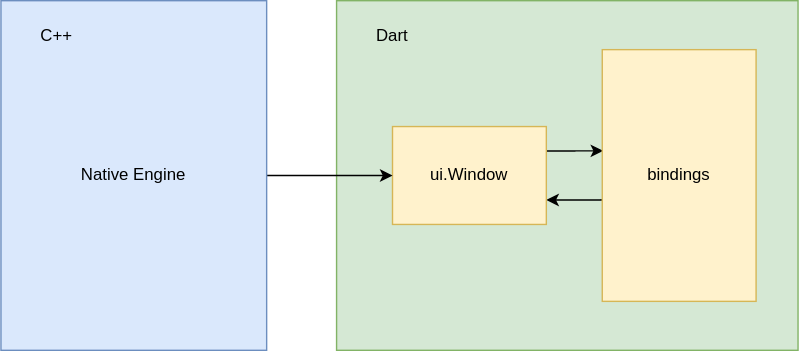
Earlier version of the draw.io export images/window-overview.svg (Ryan-Hu/LearnFlutter). Source tidied: cells renumbered, new cells last; positions are measured from the earlier drawing's top-left corner, leaving out a move shared by most shapes. Its diagram source:
```xml
<mxGraphModel>
  <root>
    <mxCell id="0" />
    <mxCell id="1" parent="0" />
    <mxCell id="2" style="rounded=0;whiteSpace=wrap;html=1;fillColor=#d5e8d4;strokeColor=#82b366;" parent="1" vertex="1">
      <mxGeometry x="240" width="330" height="250" as="geometry" />
    </mxCell>
    <mxCell id="3" style="edgeStyle=orthogonalEdgeStyle;rounded=0;jettySize=auto;html=1;exitX=1;exitY=0.25;exitDx=0;exitDy=0;entryX=0.006;entryY=0.402;entryDx=0;entryDy=0;entryPerimeter=0;" parent="1" edge="1" source="5" target="8">
      <mxGeometry relative="1" as="geometry" />
    </mxCell>
    <mxCell id="4" style="edgeStyle=orthogonalEdgeStyle;rounded=0;jettySize=auto;html=1;exitX=1;exitY=0.75;exitDx=0;exitDy=0;entryX=-0.006;entryY=0.594;entryDx=0;entryDy=0;entryPerimeter=0;endArrow=none;endFill=0;startArrow=classic;startFill=1;" parent="1" edge="1" source="5" target="8">
      <mxGeometry relative="1" as="geometry" />
    </mxCell>
    <mxCell id="5" value="ui.Window" style="rounded=0;whiteSpace=wrap;html=1;fillColor=#fff2cc;strokeColor=#d6b656;" parent="1" vertex="1">
      <mxGeometry x="280" y="90" width="110" height="70" as="geometry" />
    </mxCell>
    <mxCell id="6" style="edgeStyle=orthogonalEdgeStyle;rounded=0;jettySize=auto;html=1;exitX=1;exitY=0.5;exitDx=0;exitDy=0;entryX=0;entryY=0.5;entryDx=0;entryDy=0;" parent="1" edge="1" source="7" target="5">
      <mxGeometry relative="1" as="geometry" />
    </mxCell>
    <mxCell id="7" value="Native Engine" style="rounded=0;whiteSpace=wrap;html=1;fillColor=#dae8fc;strokeColor=#6c8ebf;" parent="1" vertex="1">
      <mxGeometry width="190" height="250" as="geometry" />
    </mxCell>
    <mxCell id="8" value="bindings" style="rounded=0;whiteSpace=wrap;html=1;fillColor=#fff2cc;strokeColor=#d6b656;" parent="1" vertex="1">
      <mxGeometry x="430" y="35" width="110" height="180" as="geometry" />
    </mxCell>
    <mxCell id="9" value="Dart" style="text;html=1;strokeColor=none;fillColor=none;align=center;verticalAlign=middle;whiteSpace=wrap;rounded=0;" parent="1" vertex="1">
      <mxGeometry x="260" y="15" width="40" height="20" as="geometry" />
    </mxCell>
    <mxCell id="10" value="C++" style="text;html=1;strokeColor=none;fillColor=none;align=center;verticalAlign=middle;whiteSpace=wrap;rounded=0;" parent="1" vertex="1">
      <mxGeometry x="20" y="15" width="40" height="20" as="geometry" />
    </mxCell>
  </root>
</mxGraphModel>
```
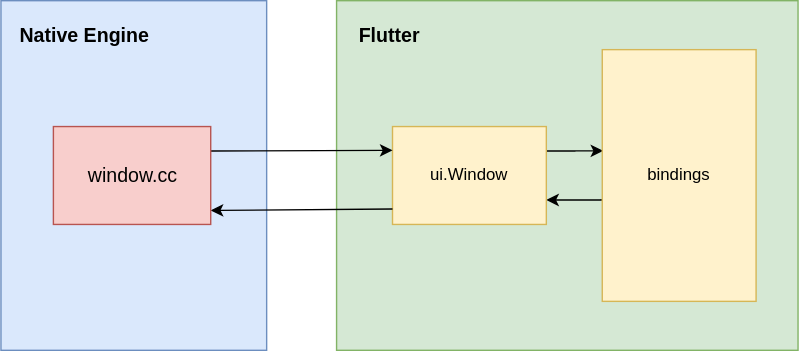
The same file after the commit.

Diff of the diagram source:
```diff
@@ -14,20 +14,31 @@
     <mxCell id="5" value="ui.Window" style="rounded=0;whiteSpace=wrap;html=1;fillColor=#fff2cc;strokeColor=#d6b656;" parent="1" vertex="1">
       <mxGeometry x="280" y="90" width="110" height="70" as="geometry" />
     </mxCell>
-    <mxCell id="6" style="edgeStyle=orthogonalEdgeStyle;rounded=0;jettySize=auto;html=1;exitX=1;exitY=0.5;exitDx=0;exitDy=0;entryX=0;entryY=0.5;entryDx=0;entryDy=0;" parent="1" edge="1" source="7" target="5">
-      <mxGeometry relative="1" as="geometry" />
-    </mxCell>
-    <mxCell id="7" value="Native Engine" style="rounded=0;whiteSpace=wrap;html=1;fillColor=#dae8fc;strokeColor=#6c8ebf;" parent="1" vertex="1">
+    <mxCell id="7" style="rounded=0;whiteSpace=wrap;html=1;fillColor=#dae8fc;strokeColor=#6c8ebf;" parent="1" vertex="1">
       <mxGeometry width="190" height="250" as="geometry" />
     </mxCell>
     <mxCell id="8" value="bindings" style="rounded=0;whiteSpace=wrap;html=1;fillColor=#fff2cc;strokeColor=#d6b656;" parent="1" vertex="1">
       <mxGeometry x="430" y="35" width="110" height="180" as="geometry" />
     </mxCell>
-    <mxCell id="9" value="Dart" style="text;html=1;strokeColor=none;fillColor=none;align=center;verticalAlign=middle;whiteSpace=wrap;rounded=0;" parent="1" vertex="1">
+    <mxCell id="9" value="Flutter&amp;nbsp;" style="text;html=1;strokeColor=none;fillColor=none;align=center;verticalAlign=middle;whiteSpace=wrap;rounded=0;fontStyle=1;fontSize=14;" parent="1" vertex="1">
       <mxGeometry x="260" y="15" width="40" height="20" as="geometry" />
     </mxCell>
-    <mxCell id="10" value="C++" style="text;html=1;strokeColor=none;fillColor=none;align=center;verticalAlign=middle;whiteSpace=wrap;rounded=0;" parent="1" vertex="1">
-      <mxGeometry x="20" y="15" width="40" height="20" as="geometry" />
-    </mxCell>
+    <mxCell id="11" style="endArrow=classic;html=1;exitX=1;exitY=0.25;exitDx=0;exitDy=0;" parent="1" edge="1" source="14">
+      <mxGeometry relative="1" as="geometry">
+        <mxPoint x="280" y="107" as="targetPoint" />
+      </mxGeometry>
+    </mxCell>
+    <mxCell id="12" style="endArrow=classic;html=1;" parent="1" edge="1">
+      <mxGeometry relative="1" as="geometry">
+        <mxPoint x="280" y="149" as="sourcePoint" />
+        <mxPoint x="150" y="150" as="targetPoint" />
+      </mxGeometry>
+    </mxCell>
+    <mxCell id="13" value="Native Engine" style="text;html=1;strokeColor=none;fillColor=none;align=center;verticalAlign=middle;whiteSpace=wrap;rounded=0;fontStyle=1;fontSize=14;" parent="1" vertex="1">
+      <mxGeometry x="10" y="15" width="100" height="20" as="geometry" />
+    </mxCell>
+    <mxCell id="14" value="window.cc" style="rounded=0;whiteSpace=wrap;html=1;fontSize=14;fillColor=#f8cecc;strokeColor=#b85450;" parent="1" vertex="1">
+      <mxGeometry x="37.5" y="90" width="112.5" height="70" as="geometry" />
+    </mxCell>
   </root>
 </mxGraphModel>
```
